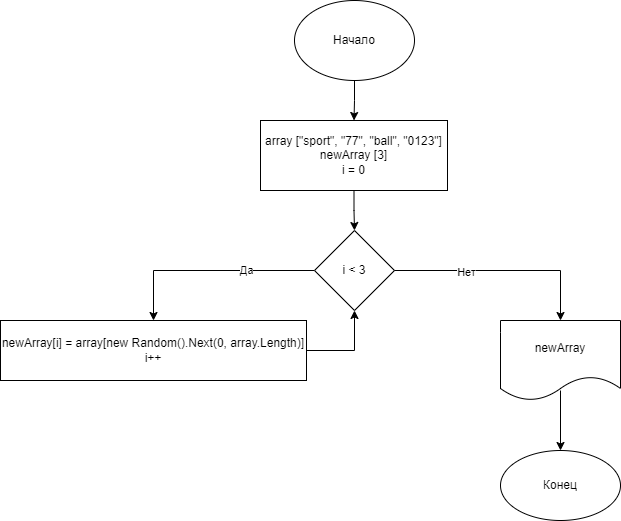
Above: Test_algorithm.drawio.png in VitaliyTri/Test_01 (draw.io), before the change. Source tidied: cells renumbered, new cells last; positions are measured from the earlier drawing's top-left corner, leaving out a move shared by most shapes. Its diagram source:
```xml
<mxGraphModel>
  <root>
    <mxCell id="0" />
    <mxCell id="1" parent="0" />
    <mxCell id="2" style="edgeStyle=orthogonalEdgeStyle;rounded=0;jettySize=auto;html=1;exitX=0.5;exitY=1;exitDx=0;exitDy=0;entryX=0.5;entryY=0;entryDx=0;entryDy=0;" parent="1" edge="1" source="3" target="5">
      <mxGeometry relative="1" as="geometry" />
    </mxCell>
    <mxCell id="3" value="Начало" style="ellipse;whiteSpace=wrap;html=1;" parent="1" vertex="1">
      <mxGeometry x="294" width="120" height="80" as="geometry" />
    </mxCell>
    <mxCell id="4" style="edgeStyle=orthogonalEdgeStyle;rounded=0;jettySize=auto;html=1;" parent="1" edge="1" source="5" target="8">
      <mxGeometry relative="1" as="geometry" />
    </mxCell>
    <mxCell id="5" value="array [&quot;sport&quot;, &quot;77&quot;, &quot;ball&quot;, &quot;0123&quot;]&lt;br&gt;newArray [3]&lt;br&gt;i = 0" style="rounded=0;whiteSpace=wrap;html=1;" parent="1" vertex="1">
      <mxGeometry x="260" y="120" width="187" height="70" as="geometry" />
    </mxCell>
    <mxCell id="6" style="edgeStyle=orthogonalEdgeStyle;rounded=0;jettySize=auto;html=1;" parent="1" edge="1" source="8" target="12">
      <mxGeometry relative="1" as="geometry" />
    </mxCell>
    <mxCell id="7" value="Да" style="edgeLabel;html=1;align=center;verticalAlign=middle;" parent="6" vertex="1">
      <mxGeometry x="-0.35" y="-1" relative="1" as="geometry" />
    </mxCell>
    <mxCell id="8" value="i &amp;lt; 3" style="rhombus;whiteSpace=wrap;html=1;rounded=0;" parent="1" vertex="1">
      <mxGeometry x="314" y="230" width="80" height="80" as="geometry" />
    </mxCell>
    <mxCell id="9" style="edgeStyle=orthogonalEdgeStyle;rounded=0;jettySize=auto;html=1;exitX=1;exitY=0.5;exitDx=0;exitDy=0;entryX=0.5;entryY=0;entryDx=0;entryDy=0;" parent="1" edge="1" source="8" target="14">
      <mxGeometry relative="1" as="geometry" />
    </mxCell>
    <mxCell id="10" value="Нет" style="edgeLabel;html=1;align=center;verticalAlign=middle;" parent="9" vertex="1">
      <mxGeometry x="-0.34" y="-1" relative="1" as="geometry" />
    </mxCell>
    <mxCell id="11" style="edgeStyle=orthogonalEdgeStyle;rounded=0;jettySize=auto;html=1;entryX=0.5;entryY=1;entryDx=0;entryDy=0;" parent="1" edge="1" source="12" target="8">
      <mxGeometry relative="1" as="geometry" />
    </mxCell>
    <mxCell id="12" value="newArray[i] =&amp;nbsp;array[new Random().Next(0, array.Length)]&lt;br&gt;i++" style="whiteSpace=wrap;html=1;rounded=0;" parent="1" vertex="1">
      <mxGeometry y="320" width="306" height="60" as="geometry" />
    </mxCell>
    <mxCell id="13" style="edgeStyle=orthogonalEdgeStyle;rounded=0;jettySize=auto;html=1;exitX=0.5;exitY=0.875;exitDx=0;exitDy=0;exitPerimeter=0;" parent="1" edge="1" source="14" target="15">
      <mxGeometry relative="1" as="geometry" />
    </mxCell>
    <mxCell id="14" value="newArray" style="shape=document;whiteSpace=wrap;html=1;boundedLbl=1;" parent="1" vertex="1">
      <mxGeometry x="500" y="320" width="120" height="80" as="geometry" />
    </mxCell>
    <mxCell id="15" value="Конец" style="ellipse;whiteSpace=wrap;html=1;" parent="1" vertex="1">
      <mxGeometry x="500" y="450" width="120" height="70" as="geometry" />
    </mxCell>
  </root>
</mxGraphModel>
```
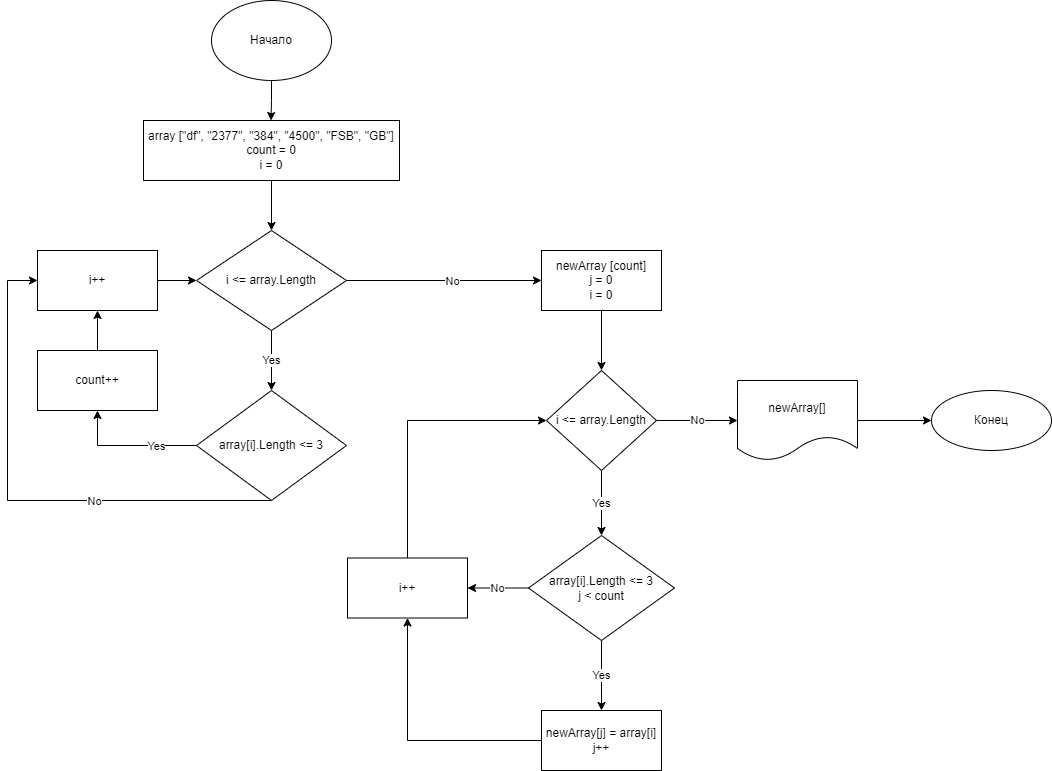
Later version of the same file.

Diff of the diagram source:
```diff
@@ -2,47 +2,122 @@
   <root>
     <mxCell id="0" />
     <mxCell id="1" parent="0" />
-    <mxCell id="2" style="edgeStyle=orthogonalEdgeStyle;rounded=0;jettySize=auto;html=1;exitX=0.5;exitY=1;exitDx=0;exitDy=0;entryX=0.5;entryY=0;entryDx=0;entryDy=0;" parent="1" edge="1" source="3" target="5">
-      <mxGeometry relative="1" as="geometry" />
+    <mxCell id="2" style="edgeStyle=orthogonalEdgeStyle;rounded=0;jettySize=auto;html=1;exitX=0.5;exitY=1;exitDx=0;exitDy=0;entryX=0.5;entryY=0;entryDx=0;entryDy=0;" parent="1" edge="1" source="3">
+      <mxGeometry relative="1" as="geometry">
+        <mxPoint x="353.5" y="120" as="targetPoint" />
+      </mxGeometry>
     </mxCell>
     <mxCell id="3" value="Начало" style="ellipse;whiteSpace=wrap;html=1;" parent="1" vertex="1">
       <mxGeometry x="294" width="120" height="80" as="geometry" />
     </mxCell>
-    <mxCell id="4" style="edgeStyle=orthogonalEdgeStyle;rounded=0;jettySize=auto;html=1;" parent="1" edge="1" source="5" target="8">
-      <mxGeometry relative="1" as="geometry" />
-    </mxCell>
-    <mxCell id="5" value="array [&quot;sport&quot;, &quot;77&quot;, &quot;ball&quot;, &quot;0123&quot;]&lt;br&gt;newArray [3]&lt;br&gt;i = 0" style="rounded=0;whiteSpace=wrap;html=1;" parent="1" vertex="1">
-      <mxGeometry x="260" y="120" width="187" height="70" as="geometry" />
-    </mxCell>
-    <mxCell id="6" style="edgeStyle=orthogonalEdgeStyle;rounded=0;jettySize=auto;html=1;" parent="1" edge="1" source="8" target="12">
-      <mxGeometry relative="1" as="geometry" />
-    </mxCell>
-    <mxCell id="7" value="Да" style="edgeLabel;html=1;align=center;verticalAlign=middle;" parent="6" vertex="1">
-      <mxGeometry x="-0.35" y="-1" relative="1" as="geometry" />
-    </mxCell>
-    <mxCell id="8" value="i &amp;lt; 3" style="rhombus;whiteSpace=wrap;html=1;rounded=0;" parent="1" vertex="1">
-      <mxGeometry x="314" y="230" width="80" height="80" as="geometry" />
-    </mxCell>
-    <mxCell id="9" style="edgeStyle=orthogonalEdgeStyle;rounded=0;jettySize=auto;html=1;exitX=1;exitY=0.5;exitDx=0;exitDy=0;entryX=0.5;entryY=0;entryDx=0;entryDy=0;" parent="1" edge="1" source="8" target="14">
-      <mxGeometry relative="1" as="geometry" />
-    </mxCell>
-    <mxCell id="10" value="Нет" style="edgeLabel;html=1;align=center;verticalAlign=middle;" parent="9" vertex="1">
-      <mxGeometry x="-0.34" y="-1" relative="1" as="geometry" />
-    </mxCell>
-    <mxCell id="11" style="edgeStyle=orthogonalEdgeStyle;rounded=0;jettySize=auto;html=1;entryX=0.5;entryY=1;entryDx=0;entryDy=0;" parent="1" edge="1" source="12" target="8">
-      <mxGeometry relative="1" as="geometry" />
-    </mxCell>
-    <mxCell id="12" value="newArray[i] =&amp;nbsp;array[new Random().Next(0, array.Length)]&lt;br&gt;i++" style="whiteSpace=wrap;html=1;rounded=0;" parent="1" vertex="1">
-      <mxGeometry y="320" width="306" height="60" as="geometry" />
-    </mxCell>
-    <mxCell id="13" style="edgeStyle=orthogonalEdgeStyle;rounded=0;jettySize=auto;html=1;exitX=0.5;exitY=0.875;exitDx=0;exitDy=0;exitPerimeter=0;" parent="1" edge="1" source="14" target="15">
-      <mxGeometry relative="1" as="geometry" />
-    </mxCell>
-    <mxCell id="14" value="newArray" style="shape=document;whiteSpace=wrap;html=1;boundedLbl=1;" parent="1" vertex="1">
-      <mxGeometry x="500" y="320" width="120" height="80" as="geometry" />
-    </mxCell>
+    <mxCell id="16" style="edgeStyle=orthogonalEdgeStyle;rounded=0;jettySize=auto;html=1;" parent="1" edge="1" source="17" target="21">
+      <mxGeometry relative="1" as="geometry" />
+    </mxCell>
+    <mxCell id="17" value="array [&quot;df&quot;, &quot;2377&quot;, &quot;384&quot;, &quot;4500&quot;, &quot;FSB&quot;, &quot;GB&quot;]&lt;br&gt;count = 0&lt;br&gt;i = 0" style="rounded=0;whiteSpace=wrap;html=1;" parent="1" vertex="1">
+      <mxGeometry x="226" y="120" width="256" height="60" as="geometry" />
+    </mxCell>
+    <mxCell id="18" value="Yes" style="edgeStyle=orthogonalEdgeStyle;rounded=0;jettySize=auto;html=1;" parent="1" edge="1" source="21" target="26">
+      <mxGeometry relative="1" as="geometry" />
+    </mxCell>
+    <mxCell id="19" style="edgeStyle=orthogonalEdgeStyle;rounded=0;jettySize=auto;html=1;" parent="1" edge="1" source="21" target="32">
+      <mxGeometry relative="1" as="geometry" />
+    </mxCell>
+    <mxCell id="20" value="No" style="edgeLabel;html=1;align=center;verticalAlign=middle;" parent="19" vertex="1">
+      <mxGeometry x="0.28" y="-1" relative="1" as="geometry">
+        <mxPoint x="-20" y="-1" as="offset" />
+      </mxGeometry>
+    </mxCell>
+    <mxCell id="21" value="i &amp;lt;= array.Length" style="rhombus;whiteSpace=wrap;html=1;rounded=0;" parent="1" vertex="1">
+      <mxGeometry x="279" y="230" width="150" height="100" as="geometry" />
+    </mxCell>
+    <mxCell id="22" style="edgeStyle=orthogonalEdgeStyle;rounded=0;jettySize=auto;html=1;" parent="1" edge="1" source="26" target="28">
+      <mxGeometry relative="1" as="geometry">
+        <Array as="points">
+          <mxPoint x="180" y="445" />
+        </Array>
+      </mxGeometry>
+    </mxCell>
+    <mxCell id="23" value="Yes" style="edgeLabel;html=1;align=center;verticalAlign=middle;" parent="22" vertex="1">
+      <mxGeometry x="-0.6" relative="1" as="geometry">
+        <mxPoint x="-14" as="offset" />
+      </mxGeometry>
+    </mxCell>
+    <mxCell id="24" style="edgeStyle=orthogonalEdgeStyle;rounded=0;jettySize=auto;html=1;" parent="1" edge="1" source="26" target="30">
+      <mxGeometry relative="1" as="geometry">
+        <Array as="points">
+          <mxPoint x="90" y="500" />
+          <mxPoint x="90" y="280" />
+        </Array>
+      </mxGeometry>
+    </mxCell>
+    <mxCell id="25" value="No" style="edgeLabel;html=1;align=center;verticalAlign=middle;" parent="24" vertex="1">
+      <mxGeometry x="-0.54" relative="1" as="geometry">
+        <mxPoint x="-59" as="offset" />
+      </mxGeometry>
+    </mxCell>
+    <mxCell id="26" value="array[i].Length &amp;lt;= 3" style="rhombus;whiteSpace=wrap;html=1;rounded=0;" parent="1" vertex="1">
+      <mxGeometry x="279" y="390" width="150" height="110" as="geometry" />
+    </mxCell>
+    <mxCell id="27" style="edgeStyle=orthogonalEdgeStyle;rounded=0;jettySize=auto;html=1;entryX=0.5;entryY=1;entryDx=0;entryDy=0;" parent="1" edge="1" source="28" target="30">
+      <mxGeometry relative="1" as="geometry" />
+    </mxCell>
+    <mxCell id="28" value="count++" style="whiteSpace=wrap;html=1;rounded=0;" parent="1" vertex="1">
+      <mxGeometry x="120" y="350" width="120" height="60" as="geometry" />
+    </mxCell>
+    <mxCell id="29" style="edgeStyle=orthogonalEdgeStyle;rounded=0;jettySize=auto;html=1;" parent="1" edge="1" source="30" target="21">
+      <mxGeometry relative="1" as="geometry" />
+    </mxCell>
+    <mxCell id="30" value="i++" style="whiteSpace=wrap;html=1;rounded=0;" parent="1" vertex="1">
+      <mxGeometry x="120" y="250" width="120" height="60" as="geometry" />
+    </mxCell>
+    <mxCell id="31" style="edgeStyle=orthogonalEdgeStyle;rounded=0;jettySize=auto;html=1;" parent="1" edge="1" source="32" target="35">
+      <mxGeometry relative="1" as="geometry" />
+    </mxCell>
+    <mxCell id="32" value="newArray [count]&lt;br&gt;j = 0&lt;br&gt;i = 0" style="whiteSpace=wrap;html=1;rounded=0;" parent="1" vertex="1">
+      <mxGeometry x="624" y="250" width="120" height="60" as="geometry" />
+    </mxCell>
+    <mxCell id="33" value="Yes" style="edgeStyle=orthogonalEdgeStyle;rounded=0;jettySize=auto;html=1;" parent="1" edge="1" source="35" target="38">
+      <mxGeometry relative="1" as="geometry" />
+    </mxCell>
+    <mxCell id="34" value="No" style="edgeStyle=orthogonalEdgeStyle;rounded=0;jettySize=auto;html=1;entryX=0;entryY=0.5;entryDx=0;entryDy=0;" parent="1" edge="1" source="35" target="44">
+      <mxGeometry relative="1" as="geometry" />
+    </mxCell>
+    <mxCell id="35" value="i &amp;lt;= array.Length" style="rhombus;whiteSpace=wrap;html=1;rounded=0;" parent="1" vertex="1">
+      <mxGeometry x="629" y="370" width="110" height="100" as="geometry" />
+    </mxCell>
+    <mxCell id="36" value="Yes" style="edgeStyle=orthogonalEdgeStyle;rounded=0;jettySize=auto;html=1;" parent="1" edge="1" source="38" target="40">
+      <mxGeometry relative="1" as="geometry" />
+    </mxCell>
+    <mxCell id="37" value="No" style="edgeStyle=orthogonalEdgeStyle;rounded=0;jettySize=auto;html=1;" parent="1" edge="1" source="38" target="42">
+      <mxGeometry relative="1" as="geometry" />
+    </mxCell>
+    <mxCell id="38" value="array[i].Length &amp;lt;= 3&lt;br&gt;j &amp;lt; count" style="rhombus;whiteSpace=wrap;html=1;" parent="1" vertex="1">
+      <mxGeometry x="611" y="535" width="146" height="105" as="geometry" />
+    </mxCell>
+    <mxCell id="39" style="edgeStyle=orthogonalEdgeStyle;rounded=0;jettySize=auto;html=1;entryX=0.5;entryY=1;entryDx=0;entryDy=0;" parent="1" edge="1" source="40" target="42">
+      <mxGeometry relative="1" as="geometry" />
+    </mxCell>
+    <mxCell id="40" value="newArray[j] = array[i]&lt;br&gt;j++" style="whiteSpace=wrap;html=1;" parent="1" vertex="1">
+      <mxGeometry x="624" y="710" width="120" height="60" as="geometry" />
+    </mxCell>
+    <mxCell id="41" style="edgeStyle=orthogonalEdgeStyle;rounded=0;jettySize=auto;html=1;entryX=0;entryY=0.5;entryDx=0;entryDy=0;" parent="1" edge="1" source="42" target="35">
+      <mxGeometry relative="1" as="geometry">
+        <Array as="points">
+          <mxPoint x="490" y="420" />
+        </Array>
+      </mxGeometry>
+    </mxCell>
+    <mxCell id="42" value="i++" style="whiteSpace=wrap;html=1;" parent="1" vertex="1">
+      <mxGeometry x="430" y="557.5" width="120" height="60" as="geometry" />
+    </mxCell>
-    <mxCell id="15" value="Конец" style="ellipse;whiteSpace=wrap;html=1;" parent="1" vertex="1">
-      <mxGeometry x="500" y="450" width="120" height="70" as="geometry" />
+    <mxCell id="15" value="Конец" style="ellipse;whiteSpace=wrap;html=1;rounded=0;" parent="1" vertex="1">
+      <mxGeometry x="1014" y="390" width="120" height="60" as="geometry" />
     </mxCell>
+    <mxCell id="43" style="edgeStyle=orthogonalEdgeStyle;rounded=0;jettySize=auto;html=1;entryX=0;entryY=0.5;entryDx=0;entryDy=0;" parent="1" edge="1" source="44" target="15">
+      <mxGeometry relative="1" as="geometry" />
+    </mxCell>
+    <mxCell id="44" value="newArray[]" style="shape=document;whiteSpace=wrap;html=1;boundedLbl=1;" parent="1" vertex="1">
+      <mxGeometry x="820" y="380" width="120" height="80" as="geometry" />
+    </mxCell>
   </root>
 </mxGraphModel>
```
